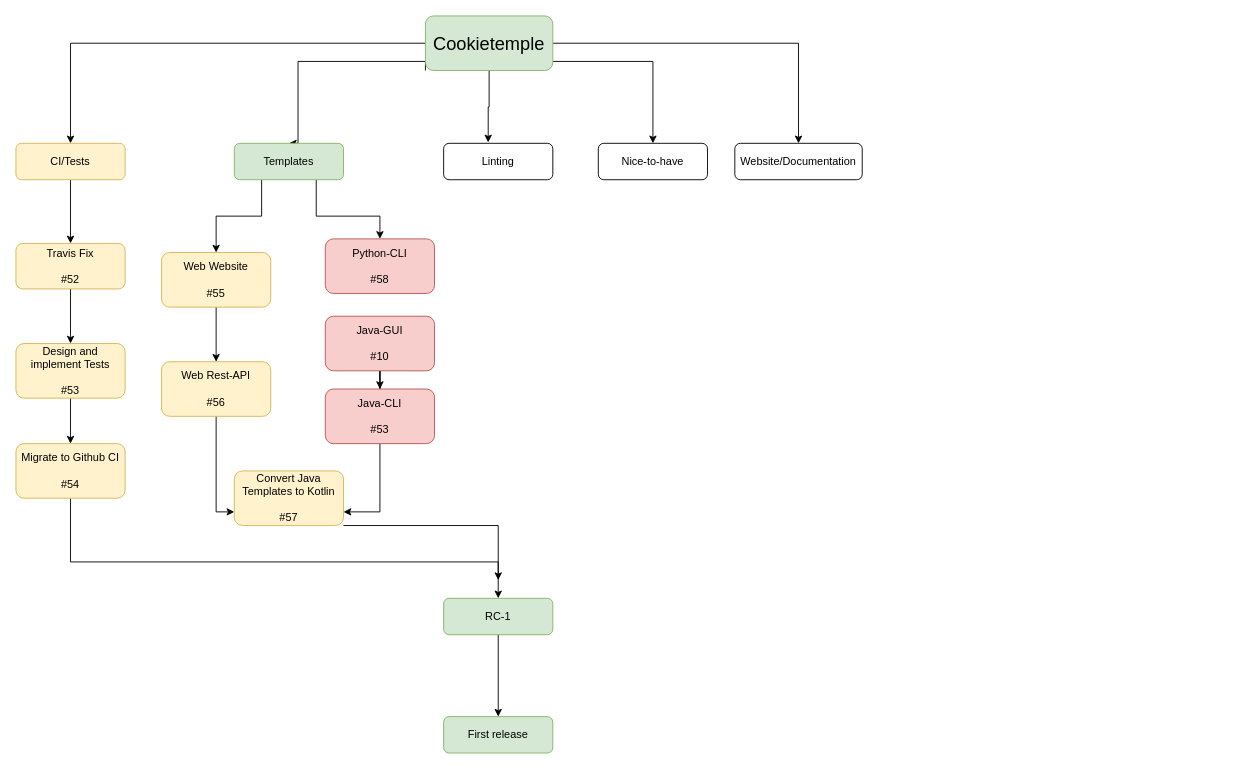
Above: page "Page-1" (1 of 2) of cookietemple.drawio in cookiejar/cookietemple (draw.io), before the change. Source tidied: cells renumbered, new cells numbered last; positions are measured from the earlier drawing's top-left corner, leaving out a move shared by most shapes. Both pictures are drawn from the tidied source at 91%, with x=0, y=0 at pixel (15, 15).
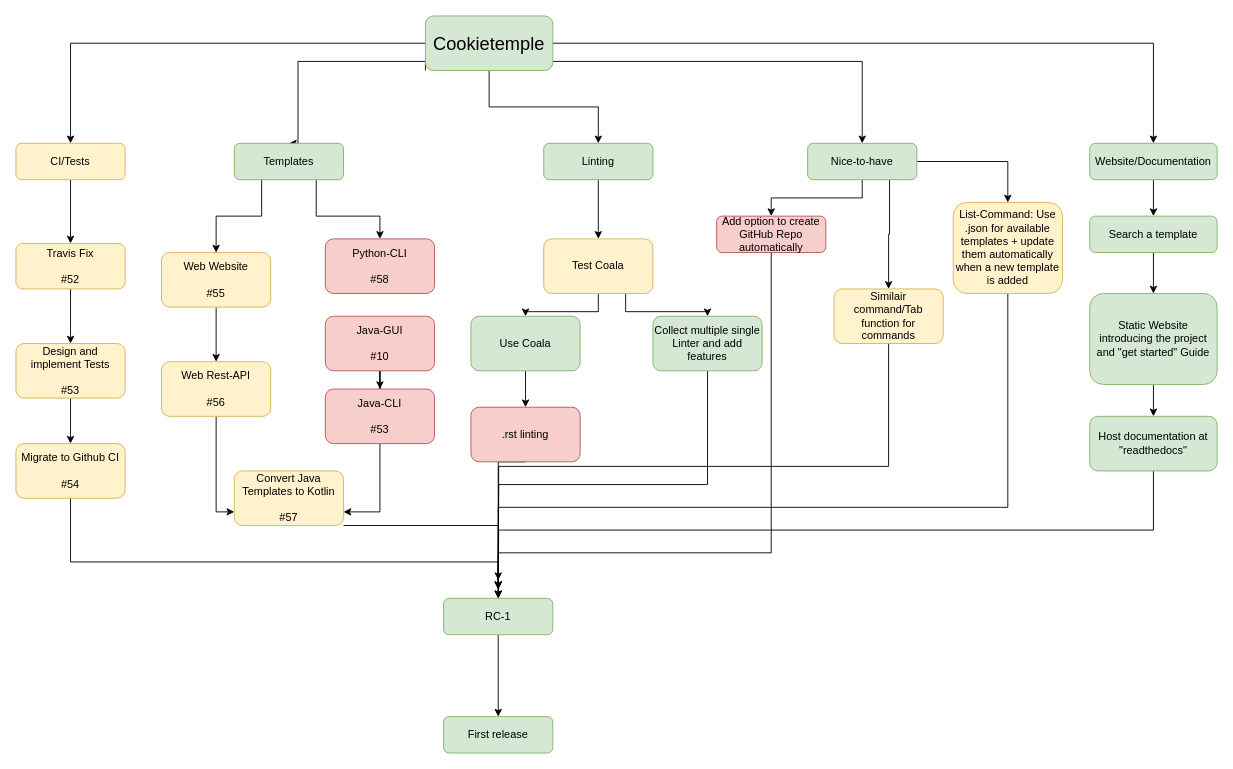
The same diagram, later.

Commit message:
Project chart finished

Unchanged cells that the change refers to:
```xml
<mxCell id="7" value="&lt;font style=&quot;font-size: 20px&quot;&gt;Cookietemple&lt;/font&gt;" style="rounded=1;whiteSpace=wrap;html=1;fontSize=12;glass=0;strokeWidth=1;shadow=0;fillColor=#d5e8d4;strokeColor=#82b366;" parent="1" vertex="1">
  <mxGeometry x="450" width="140" height="60" as="geometry" />
</mxCell>
<mxCell id="9" value="RC-1" style="rounded=1;whiteSpace=wrap;html=1;fontSize=12;glass=0;strokeWidth=1;shadow=0;fillColor=#d5e8d4;strokeColor=#82b366;" parent="1" vertex="1">
  <mxGeometry x="470" y="640" width="120" height="40" as="geometry" />
</mxCell>
```

Change to the diagram source:
```diff
@@
     <mxCell id="2" style="edgeStyle=orthogonalEdgeStyle;rounded=0;jettySize=auto;html=1;" parent="1" edge="1" source="7" target="19">
       <mxGeometry relative="1" as="geometry">
         <Array as="points">
-          <mxPoint x="700" y="50" />
+          <mxPoint x="930" y="50" />
         </Array>
       </mxGeometry>
     </mxCell>
@@
-    <mxCell id="5" style="edgeStyle=orthogonalEdgeStyle;rounded=0;jettySize=auto;html=1;entryX=0.5;entryY=0;entryDx=0;entryDy=0;" parent="1" edge="1" source="7" target="22">
+    <mxCell id="5" style="edgeStyle=orthogonalEdgeStyle;rounded=0;jettySize=auto;html=1;exitX=1;exitY=0.5;exitDx=0;exitDy=0;entryX=0.5;entryY=0;entryDx=0;entryDy=0;" parent="1" edge="1" source="7" target="22">
       <mxGeometry relative="1" as="geometry" />
     </mxCell>
-    <mxCell id="6" style="edgeStyle=orthogonalEdgeStyle;rounded=0;jettySize=auto;html=1;entryX=0.408;entryY=-0.025;entryDx=0;entryDy=0;entryPerimeter=0;" parent="1" edge="1" source="7" target="18">
+    <mxCell id="6" style="edgeStyle=orthogonalEdgeStyle;rounded=0;jettySize=auto;html=1;exitX=0.5;exitY=1;exitDx=0;exitDy=0;entryX=0.5;entryY=0;entryDx=0;entryDy=0;" parent="1" edge="1" source="7" target="18">
       <mxGeometry relative="1" as="geometry" />
     </mxCell>
@@
+    <mxCell id="36" style="edgeStyle=orthogonalEdgeStyle;rounded=0;jettySize=auto;html=1;entryX=0.5;entryY=0;entryDx=0;entryDy=0;" parent="1" edge="1" source="18" target="43">
+      <mxGeometry relative="1" as="geometry" />
+    </mxCell>
-    <mxCell id="18" value="Linting" style="rounded=1;whiteSpace=wrap;html=1;fontSize=12;glass=0;strokeWidth=1;shadow=0;" parent="1" vertex="1">
-      <mxGeometry x="470" y="140" width="120" height="40" as="geometry" />
+    <mxCell id="18" value="Linting" style="rounded=1;whiteSpace=wrap;html=1;fontSize=12;glass=0;strokeWidth=1;shadow=0;fillColor=#d5e8d4;strokeColor=#82b366;" parent="1" vertex="1">
+      <mxGeometry x="580" y="140" width="120" height="40" as="geometry" />
     </mxCell>
+    <mxCell id="37" style="edgeStyle=orthogonalEdgeStyle;rounded=0;jettySize=auto;html=1;entryX=0.5;entryY=0;entryDx=0;entryDy=0;" parent="1" edge="1" source="19" target="51">
+      <mxGeometry relative="1" as="geometry" />
+    </mxCell>
+    <mxCell id="38" style="edgeStyle=orthogonalEdgeStyle;rounded=0;jettySize=auto;html=1;exitX=0.75;exitY=1;exitDx=0;exitDy=0;entryX=0.5;entryY=0;entryDx=0;entryDy=0;" parent="1" edge="1" source="19" target="53">
+      <mxGeometry relative="1" as="geometry" />
+    </mxCell>
+    <mxCell id="39" style="edgeStyle=orthogonalEdgeStyle;rounded=0;jettySize=auto;html=1;exitX=1;exitY=0.5;exitDx=0;exitDy=0;entryX=0.5;entryY=0;entryDx=0;entryDy=0;" parent="1" edge="1" source="19" target="61">
+      <mxGeometry relative="1" as="geometry" />
+    </mxCell>
-    <mxCell id="19" value="Nice-to-have" style="rounded=1;whiteSpace=wrap;html=1;fontSize=12;glass=0;strokeWidth=1;shadow=0;" parent="1" vertex="1">
-      <mxGeometry x="640" y="140" width="120" height="40" as="geometry" />
+    <mxCell id="19" value="Nice-to-have" style="rounded=1;whiteSpace=wrap;html=1;fontSize=12;glass=0;strokeWidth=1;shadow=0;fillColor=#d5e8d4;strokeColor=#82b366;" parent="1" vertex="1">
+      <mxGeometry x="870" y="140" width="120" height="40" as="geometry" />
     </mxCell>
@@
+    <mxCell id="40" style="edgeStyle=orthogonalEdgeStyle;rounded=0;jettySize=auto;html=1;exitX=0.5;exitY=1;exitDx=0;exitDy=0;entryX=0.5;entryY=0;entryDx=0;entryDy=0;" parent="1" edge="1" source="22" target="55">
+      <mxGeometry relative="1" as="geometry" />
+    </mxCell>
-    <mxCell id="22" value="Website/Documentation" style="rounded=1;whiteSpace=wrap;html=1;fontSize=12;glass=0;strokeWidth=1;shadow=0;" parent="1" vertex="1">
-      <mxGeometry x="790" y="140" width="140" height="40" as="geometry" />
+    <mxCell id="22" value="Website/Documentation" style="rounded=1;whiteSpace=wrap;html=1;fontSize=12;glass=0;strokeWidth=1;shadow=0;fillColor=#d5e8d4;strokeColor=#82b366;" parent="1" vertex="1">
+      <mxGeometry x="1180" y="140" width="140" height="40" as="geometry" />
     </mxCell>
@@
+    <mxCell id="41" style="edgeStyle=orthogonalEdgeStyle;rounded=0;jettySize=auto;html=1;exitX=0.5;exitY=1;exitDx=0;exitDy=0;entryX=0.5;entryY=0;entryDx=0;entryDy=0;" parent="1" edge="1" source="43" target="45">
+      <mxGeometry relative="1" as="geometry" />
+    </mxCell>
+    <mxCell id="42" style="edgeStyle=orthogonalEdgeStyle;rounded=0;jettySize=auto;html=1;exitX=0.75;exitY=1;exitDx=0;exitDy=0;entryX=0.5;entryY=0;entryDx=0;entryDy=0;" parent="1" edge="1" source="43" target="47">
+      <mxGeometry relative="1" as="geometry">
+        <Array as="points">
+          <mxPoint x="670" y="325" />
+          <mxPoint x="760" y="325" />
+        </Array>
+      </mxGeometry>
+    </mxCell>
+    <mxCell id="43" value="Test Coala" style="rounded=1;whiteSpace=wrap;html=1;fillColor=#fff2cc;strokeColor=#d6b656;" parent="1" vertex="1">
+      <mxGeometry x="580" y="245" width="120" height="60" as="geometry" />
+    </mxCell>
+    <mxCell id="44" style="edgeStyle=orthogonalEdgeStyle;rounded=0;jettySize=auto;html=1;entryX=0.5;entryY=0;entryDx=0;entryDy=0;" parent="1" edge="1" source="45" target="49">
+      <mxGeometry relative="1" as="geometry" />
+    </mxCell>
+    <mxCell id="45" value="Use Coala" style="rounded=1;whiteSpace=wrap;html=1;fillColor=#d5e8d4;strokeColor=#82b366;" parent="1" vertex="1">
+      <mxGeometry x="500" y="330" width="120" height="60" as="geometry" />
+    </mxCell>
+    <mxCell id="46" style="edgeStyle=orthogonalEdgeStyle;rounded=0;jettySize=auto;html=1;exitX=0.5;exitY=1;exitDx=0;exitDy=0;" parent="1" edge="1" source="47">
+      <mxGeometry relative="1" as="geometry">
+        <mxPoint x="530" y="640" as="targetPoint" />
+      </mxGeometry>
+    </mxCell>
+    <mxCell id="47" value="Collect multiple single Linter and add features" style="rounded=1;whiteSpace=wrap;html=1;fillColor=#d5e8d4;strokeColor=#82b366;" parent="1" vertex="1">
+      <mxGeometry x="700" y="330" width="120" height="60" as="geometry" />
+    </mxCell>
+    <mxCell id="48" style="edgeStyle=orthogonalEdgeStyle;rounded=0;jettySize=auto;html=1;exitX=0.5;exitY=1;exitDx=0;exitDy=0;" parent="1" edge="1" source="49" target="9">
+      <mxGeometry relative="1" as="geometry">
+        <Array as="points">
+          <mxPoint x="530" y="490" />
+        </Array>
+      </mxGeometry>
+    </mxCell>
+    <mxCell id="49" value=".rst linting" style="rounded=1;whiteSpace=wrap;html=1;fillColor=#f8cecc;strokeColor=#b85450;" parent="1" vertex="1">
+      <mxGeometry x="500" y="430" width="120" height="60" as="geometry" />
+    </mxCell>
+    <mxCell id="50" style="edgeStyle=orthogonalEdgeStyle;rounded=0;jettySize=auto;html=1;exitX=0.5;exitY=1;exitDx=0;exitDy=0;" parent="1" edge="1" source="51">
+      <mxGeometry relative="1" as="geometry">
+        <mxPoint x="530" y="630" as="targetPoint" />
+        <Array as="points">
+          <mxPoint x="830" y="260" />
+          <mxPoint x="830" y="590" />
+          <mxPoint x="530" y="590" />
+        </Array>
+      </mxGeometry>
+    </mxCell>
+    <mxCell id="51" value="Add option to create GitHub Repo automatically" style="rounded=1;whiteSpace=wrap;html=1;fontSize=12;glass=0;strokeWidth=1;shadow=0;fillColor=#f8cecc;strokeColor=#b85450;" parent="1" vertex="1">
+      <mxGeometry x="770" y="220" width="120" height="40" as="geometry" />
+    </mxCell>
+    <mxCell id="52" style="edgeStyle=orthogonalEdgeStyle;rounded=0;jettySize=auto;html=1;exitX=0.5;exitY=1;exitDx=0;exitDy=0;" parent="1" edge="1" source="53">
+      <mxGeometry relative="1" as="geometry">
+        <mxPoint x="530" y="630" as="targetPoint" />
+      </mxGeometry>
+    </mxCell>
+    <mxCell id="53" value="Similair command/Tab function for commands" style="rounded=1;whiteSpace=wrap;html=1;fontSize=12;glass=0;strokeWidth=1;shadow=0;fillColor=#fff2cc;strokeColor=#d6b656;" parent="1" vertex="1">
+      <mxGeometry x="899" y="300" width="120" height="60" as="geometry" />
+    </mxCell>
+    <mxCell id="54" style="edgeStyle=orthogonalEdgeStyle;rounded=0;jettySize=auto;html=1;exitX=0.5;exitY=1;exitDx=0;exitDy=0;entryX=0.5;entryY=0;entryDx=0;entryDy=0;" parent="1" edge="1" source="55" target="57">
+      <mxGeometry relative="1" as="geometry" />
+    </mxCell>
+    <mxCell id="55" value="Search a template" style="rounded=1;whiteSpace=wrap;html=1;fontSize=12;glass=0;strokeWidth=1;shadow=0;fillColor=#d5e8d4;strokeColor=#82b366;" parent="1" vertex="1">
+      <mxGeometry x="1180" y="220" width="140" height="40" as="geometry" />
+    </mxCell>
+    <mxCell id="56" style="edgeStyle=orthogonalEdgeStyle;rounded=0;jettySize=auto;html=1;exitX=0.5;exitY=1;exitDx=0;exitDy=0;entryX=0.5;entryY=0;entryDx=0;entryDy=0;" parent="1" edge="1" source="57" target="59">
+      <mxGeometry relative="1" as="geometry" />
+    </mxCell>
+    <mxCell id="57" value="Static Website introducing the project and &quot;get started&quot; Guide" style="rounded=1;whiteSpace=wrap;html=1;fontSize=12;glass=0;strokeWidth=1;shadow=0;fillColor=#d5e8d4;strokeColor=#82b366;" parent="1" vertex="1">
+      <mxGeometry x="1180" y="305" width="140" height="100" as="geometry" />
+    </mxCell>
+    <mxCell id="58" style="edgeStyle=orthogonalEdgeStyle;rounded=0;jettySize=auto;html=1;exitX=0.5;exitY=1;exitDx=0;exitDy=0;" parent="1" edge="1" source="59">
+      <mxGeometry relative="1" as="geometry">
+        <mxPoint x="530" y="630" as="targetPoint" />
+      </mxGeometry>
+    </mxCell>
+    <mxCell id="59" value="Host documentation at &quot;readthedocs&quot;" style="rounded=1;whiteSpace=wrap;html=1;fontSize=12;glass=0;strokeWidth=1;shadow=0;fillColor=#d5e8d4;strokeColor=#82b366;" parent="1" vertex="1">
+      <mxGeometry x="1180" y="440" width="140" height="60" as="geometry" />
+    </mxCell>
+    <mxCell id="60" style="edgeStyle=orthogonalEdgeStyle;rounded=0;jettySize=auto;html=1;exitX=0.5;exitY=1;exitDx=0;exitDy=0;" parent="1" edge="1" source="61">
+      <mxGeometry relative="1" as="geometry">
+        <mxPoint x="530" y="630" as="targetPoint" />
+        <Array as="points">
+          <mxPoint x="1090" y="540" />
+          <mxPoint x="530" y="540" />
+        </Array>
+      </mxGeometry>
+    </mxCell>
+    <mxCell id="61" value="List-Command: Use .json for available templates + update them automatically when a new template is added" style="rounded=1;whiteSpace=wrap;html=1;fontSize=12;glass=0;strokeWidth=1;shadow=0;fillColor=#fff2cc;strokeColor=#d6b656;" parent="1" vertex="1">
+      <mxGeometry x="1030" y="205" width="120" height="100" as="geometry" />
+    </mxCell>
```
